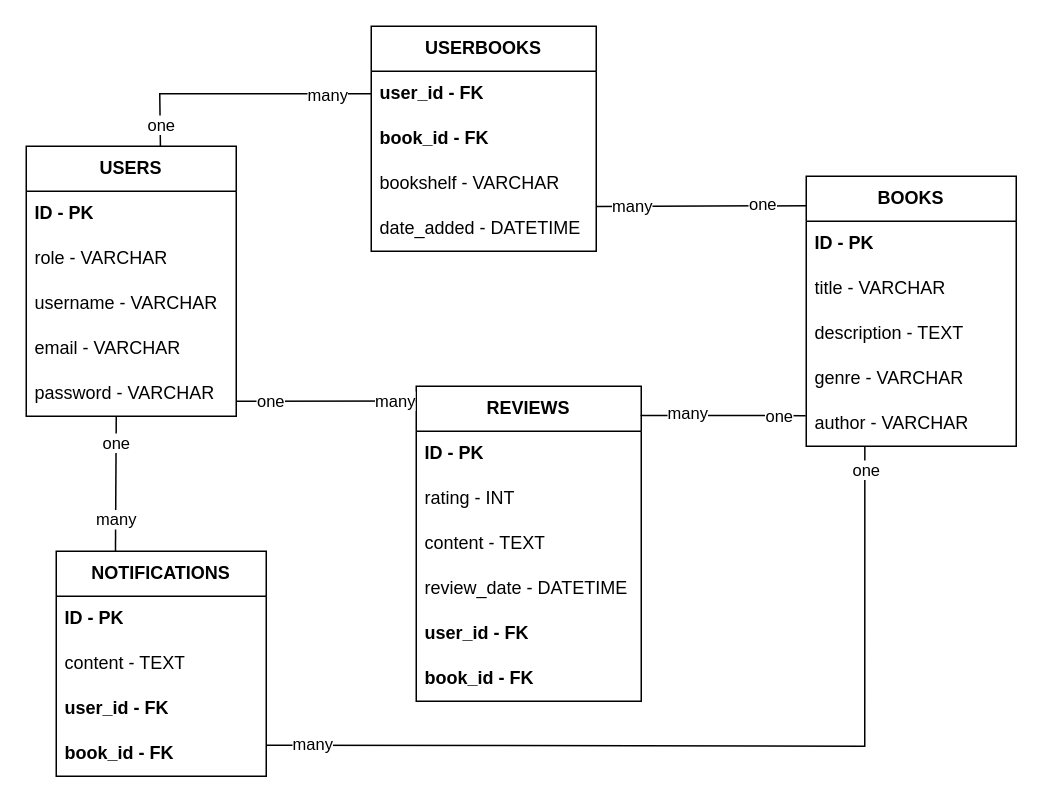
Before: database_diagram.drawio in andy12-star/proiect_pdm, a draw.io diagram. Source tidied: cells renumbered, new cells numbered last; positions are measured from the earlier drawing's top-left corner, leaving out a move shared by most shapes. Both pictures are drawn from the tidied source at 150%, with x=0, y=0 at pixel (26, 26).
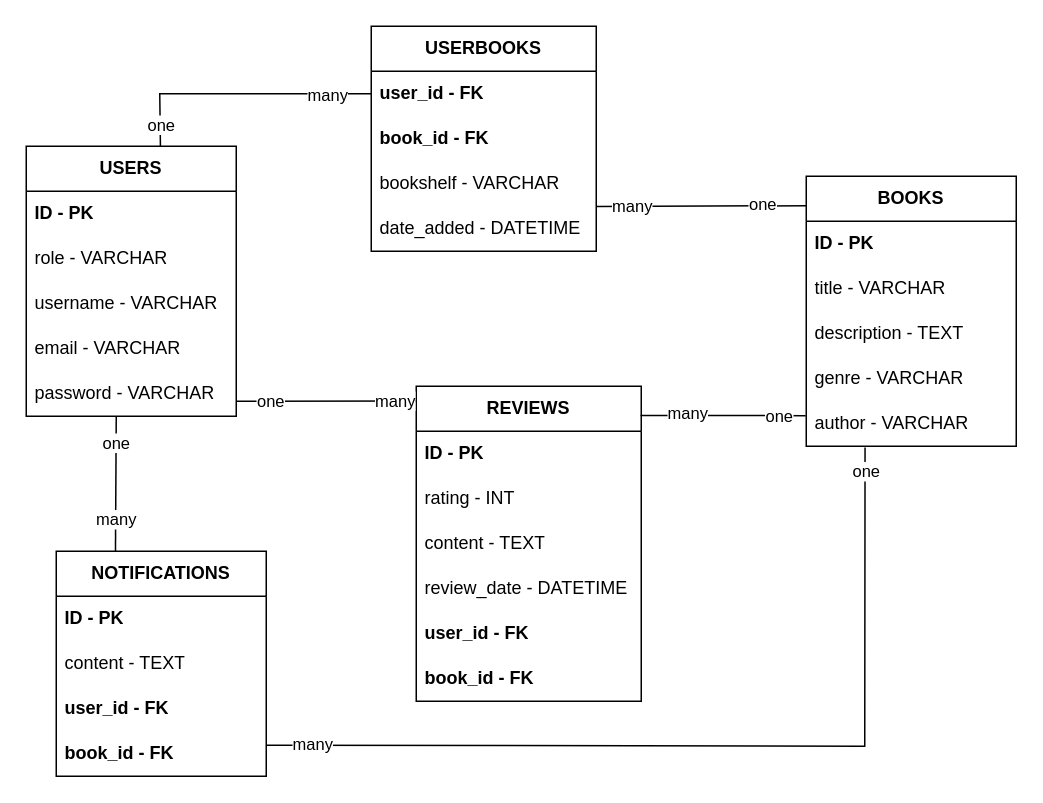
Above is the later version.

Unchanged cells that the change refers to:
```xml
<mxCell id="13" value="author - VARCHAR" style="text;strokeColor=none;fillColor=none;align=left;verticalAlign=middle;spacingLeft=4;spacingRight=4;overflow=hidden;points=[[0,0.5],[1,0.5]];portConstraint=eastwest;whiteSpace=wrap;html=1;" parent="8" vertex="1">
  <mxGeometry y="150" width="140" height="30" as="geometry" />
</mxCell>
<mxCell id="33" value="book_id - FK" style="text;strokeColor=none;fillColor=none;align=left;verticalAlign=middle;spacingLeft=4;spacingRight=4;overflow=hidden;points=[[0,0.5],[1,0.5]];portConstraint=eastwest;whiteSpace=wrap;html=1;fontStyle=1;" parent="29" vertex="1">
  <mxGeometry y="120" width="140" height="30" as="geometry" />
</mxCell>
```

Change to the diagram source:
```diff
@@
-    <mxCell id="43" style="endArrow=none;html=1;rounded=0;exitX=1;exitY=0.309;exitDx=0;exitDy=0;exitPerimeter=0;entryX=0.279;entryY=1.011;entryDx=0;entryDy=0;entryPerimeter=0;" parent="1" edge="1" source="33" target="13">
+    <mxCell id="43" style="endArrow=none;html=1;rounded=0;exitX=1;exitY=0.309;exitDx=0;exitDy=0;exitPerimeter=0;entryX=0.28;entryY=1.027;entryDx=0;entryDy=0;entryPerimeter=0;" parent="1" edge="1" source="33" target="13">
       <mxGeometry relative="1" as="geometry">
         <Array as="points">
           <mxPoint x="559" y="480" />
         </Array>
       </mxGeometry>
     </mxCell>
```
